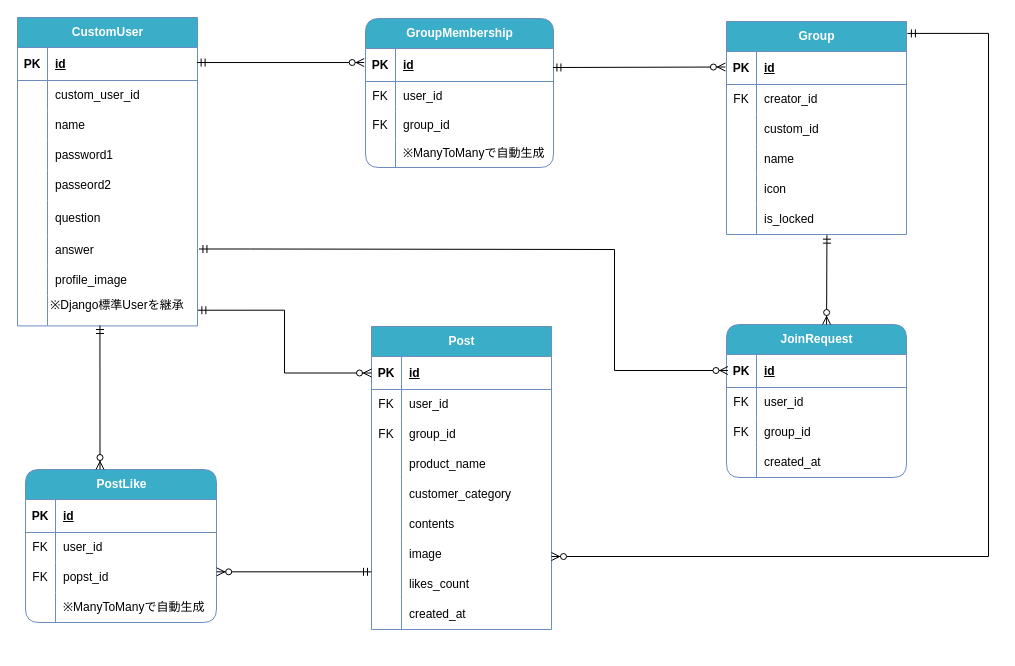
Above: docs/drawio/mysfa-er.drawio in wairo8714/MySFA (draw.io), before the change. Source tidied: cells renumbered, new cells numbered last; positions are measured from the earlier drawing's top-left corner, leaving out a move shared by most shapes. Both pictures are drawn from the tidied source at 100%, with x=0, y=0 at pixel (17, 17).
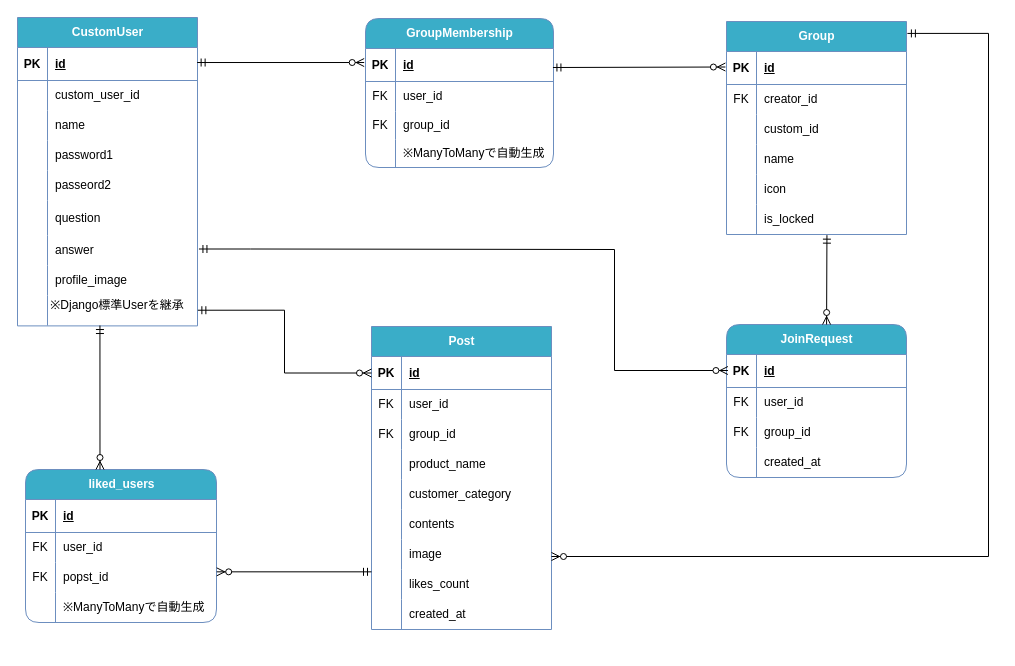
The same page after the edit.

Commit message:
mysfa-er.drawio を更新します

Change to the diagram source:
```diff
@@
-    <mxCell id="77" value="&lt;font color=&quot;#ffffff&quot;&gt;PostLike&lt;/font&gt;" style="shape=table;startSize=30;childLayout=tableLayout;rowLines=0;fontStyle=1;align=center;html=1;fillColor=#3AADC8;strokeColor=light-dark(#6c8ebf, #000000);swimlaneFillColor=none;rounded=1;" parent="1" vertex="1">
+    <mxCell id="77" value="&lt;font style=&quot;color: rgb(255, 255, 255);&quot;&gt;liked_users&lt;/font&gt;" style="shape=table;startSize=30;childLayout=tableLayout;rowLines=0;fontStyle=1;align=center;html=1;fillColor=#3AADC8;strokeColor=light-dark(#6c8ebf, #000000);swimlaneFillColor=none;rounded=1;" parent="1" vertex="1">
       <mxGeometry x="8" y="452" width="191" height="153" as="geometry" />
     </mxCell>
```
